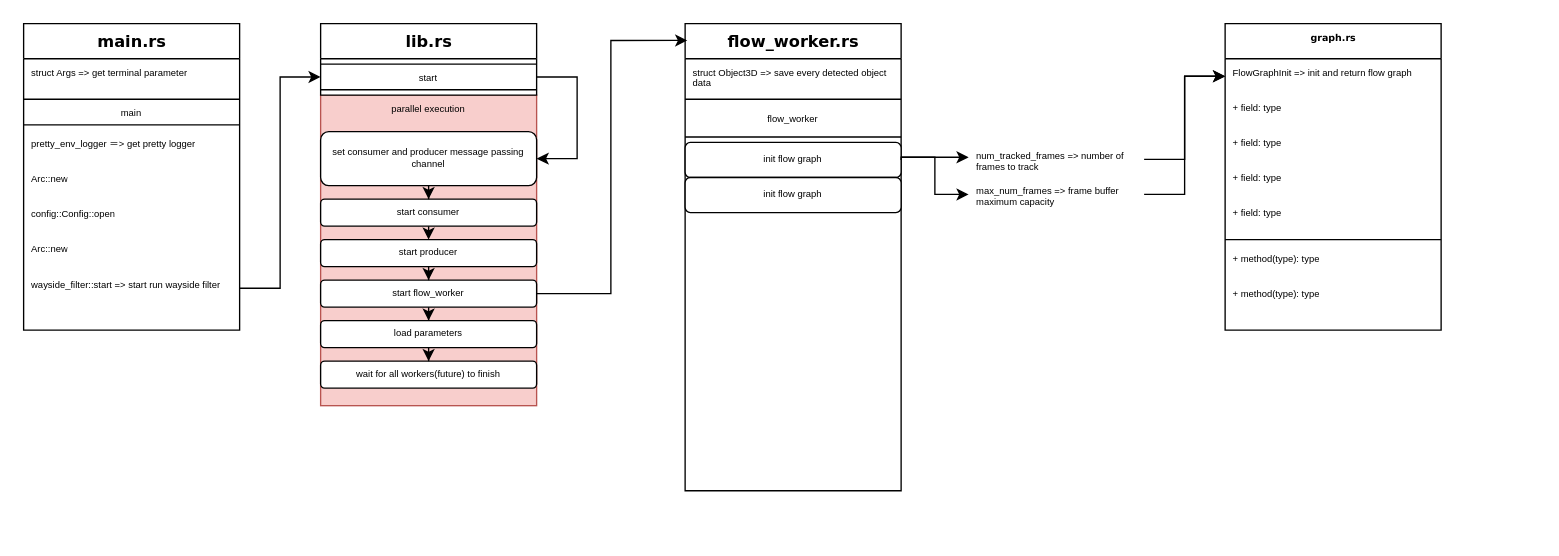
Before: wayside-filter.drawio in YueChuCheng/Wayside_draw, a draw.io diagram. Source tidied: cells renumbered, new cells numbered last; positions are measured from the earlier drawing's top-left corner, leaving out a move shared by most shapes. Both pictures are drawn from the tidied source at 135%, with x=0, y=0 at pixel (23, 23).
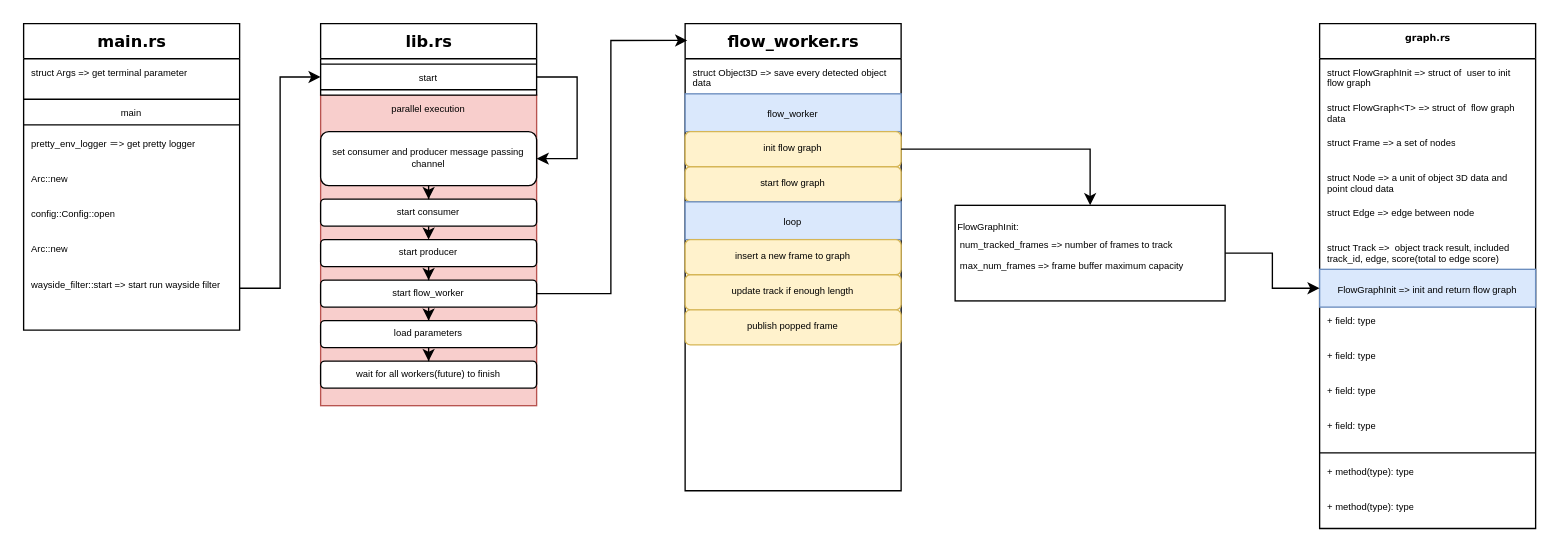
After the change.

Unchanged cells that the change refers to:
```xml
<mxCell id="27" value="&lt;font style=&quot;font-size: 12px&quot;&gt;flow_worker.rs&lt;/font&gt;" style="swimlane;html=1;fontStyle=1;align=center;verticalAlign=top;horizontal=1;startSize=26;swimlaneFillColor=#ffffff;rounded=0;shadow=0;comic=0;labelBackgroundColor=none;strokeWidth=1;fillColor=none;fontFamily=Verdana;fontSize=7;" parent="1" vertex="1">
  <mxGeometry x="490" width="160" height="346" as="geometry" />
</mxCell>
```

Diff of the diagram source:
```diff
@@
     <mxCell id="18" value="graph.rs&lt;br style=&quot;font-size: 7px;&quot;&gt;" style="swimlane;html=1;fontStyle=1;align=center;verticalAlign=top;horizontal=1;startSize=26;swimlaneFillColor=#ffffff;rounded=0;shadow=0;comic=0;labelBackgroundColor=none;strokeWidth=1;fillColor=none;fontFamily=Verdana;fontSize=7;" parent="1" vertex="1">
-      <mxGeometry x="890" width="160" height="227" as="geometry" />
+      <mxGeometry x="960" width="160" height="374" as="geometry" />
     </mxCell>
+    <mxCell id="53" value="struct FlowGraphInit =&amp;gt; struct of&amp;nbsp; user to init flow graph" style="text;html=1;strokeColor=none;fillColor=none;align=left;verticalAlign=top;spacingLeft=4;spacingRight=4;whiteSpace=wrap;overflow=hidden;fontSize=7;" parent="18" vertex="1">
+      <mxGeometry y="26" width="160" height="26" as="geometry" />
+    </mxCell>
+    <mxCell id="54" value="struct FlowGraph&amp;lt;T&amp;gt; =&amp;gt; struct of&amp;nbsp; flow graph data" style="text;html=1;strokeColor=none;fillColor=none;align=left;verticalAlign=top;spacingLeft=4;spacingRight=4;whiteSpace=wrap;overflow=hidden;fontSize=7;" parent="18" vertex="1">
+      <mxGeometry y="52" width="160" height="26" as="geometry" />
+    </mxCell>
+    <mxCell id="55" value="struct Frame =&amp;gt; a set of nodes" style="text;html=1;strokeColor=none;fillColor=none;align=left;verticalAlign=top;spacingLeft=4;spacingRight=4;whiteSpace=wrap;overflow=hidden;fontSize=7;" parent="18" vertex="1">
+      <mxGeometry y="78" width="160" height="26" as="geometry" />
+    </mxCell>
+    <mxCell id="56" value="struct Node =&amp;gt; a unit of object 3D data and point cloud data&amp;nbsp;" style="text;html=1;strokeColor=none;fillColor=none;align=left;verticalAlign=top;spacingLeft=4;spacingRight=4;whiteSpace=wrap;overflow=hidden;fontSize=7;" parent="18" vertex="1">
+      <mxGeometry y="104" width="160" height="26" as="geometry" />
+    </mxCell>
+    <mxCell id="57" value="struct Edge =&amp;gt; edge between node&lt;br&gt;" style="text;html=1;strokeColor=none;fillColor=none;align=left;verticalAlign=top;spacingLeft=4;spacingRight=4;whiteSpace=wrap;overflow=hidden;fontSize=7;" parent="18" vertex="1">
+      <mxGeometry y="130" width="160" height="26" as="geometry" />
+    </mxCell>
+    <mxCell id="58" value="struct Track =&amp;gt;&amp;nbsp; object track result, included track_id, edge, score(total to edge score)&lt;br&gt;&amp;nbsp;&amp;nbsp;" style="text;html=1;strokeColor=none;fillColor=none;align=left;verticalAlign=top;spacingLeft=4;spacingRight=4;whiteSpace=wrap;overflow=hidden;fontSize=7;" parent="18" vertex="1">
+      <mxGeometry y="156" width="160" height="26" as="geometry" />
+    </mxCell>
-    <mxCell id="19" value="FlowGraphInit =&amp;gt; init and return flow graph" style="text;html=1;strokeColor=none;fillColor=none;align=left;verticalAlign=top;spacingLeft=4;spacingRight=4;whiteSpace=wrap;overflow=hidden;points=[[0,0.5],[1,0.5]];portConstraint=eastwest;fontSize=7;" parent="18" vertex="1">
-      <mxGeometry y="26" width="160" height="26" as="geometry" />
+    <mxCell id="19" value="&lt;span style=&quot;font-size: 7px ; text-align: left&quot;&gt;FlowGraphInit =&amp;gt; init and return flow graph&lt;/span&gt;" style="rounded=0;whiteSpace=wrap;html=1;fillColor=#dae8fc;strokeColor=#6c8ebf;" parent="18" vertex="1">
+      <mxGeometry y="182" width="160" height="28" as="geometry" />
     </mxCell>
     <mxCell id="20" value="+ field: type" style="text;html=1;strokeColor=none;fillColor=none;align=left;verticalAlign=top;spacingLeft=4;spacingRight=4;whiteSpace=wrap;overflow=hidden;fontSize=7;" parent="18" vertex="1">
-      <mxGeometry y="52" width="160" height="26" as="geometry" />
+      <mxGeometry y="210" width="160" height="26" as="geometry" />
     </mxCell>
     <mxCell id="21" value="+ field: type" style="text;html=1;strokeColor=none;fillColor=none;align=left;verticalAlign=top;spacingLeft=4;spacingRight=4;whiteSpace=wrap;overflow=hidden;fontSize=7;" parent="18" vertex="1">
-      <mxGeometry y="78" width="160" height="26" as="geometry" />
+      <mxGeometry y="236" width="160" height="26" as="geometry" />
     </mxCell>
     <mxCell id="22" value="+ field: type" style="text;html=1;strokeColor=none;fillColor=none;align=left;verticalAlign=top;spacingLeft=4;spacingRight=4;whiteSpace=wrap;overflow=hidden;fontSize=7;" parent="18" vertex="1">
-      <mxGeometry y="104" width="160" height="26" as="geometry" />
+      <mxGeometry y="262" width="160" height="26" as="geometry" />
     </mxCell>
     <mxCell id="23" value="+ field: type" style="text;html=1;strokeColor=none;fillColor=none;align=left;verticalAlign=top;spacingLeft=4;spacingRight=4;whiteSpace=wrap;overflow=hidden;fontSize=7;" parent="18" vertex="1">
-      <mxGeometry y="130" width="160" height="26" as="geometry" />
+      <mxGeometry y="288" width="160" height="26" as="geometry" />
     </mxCell>
     <mxCell id="24" style="line;html=1;strokeWidth=1;fillColor=none;align=left;verticalAlign=middle;spacingTop=-1;spacingLeft=3;spacingRight=3;labelPosition=right;fontSize=7;" parent="18" vertex="1">
-      <mxGeometry y="156" width="160" height="8" as="geometry" />
+      <mxGeometry y="314" width="160" height="8" as="geometry" />
     </mxCell>
     <mxCell id="25" value="+ method(type): type" style="text;html=1;strokeColor=none;fillColor=none;align=left;verticalAlign=top;spacingLeft=4;spacingRight=4;whiteSpace=wrap;overflow=hidden;fontSize=7;" parent="18" vertex="1">
-      <mxGeometry y="164" width="160" height="26" as="geometry" />
+      <mxGeometry y="322" width="160" height="26" as="geometry" />
     </mxCell>
     <mxCell id="26" value="+ method(type): type" style="text;html=1;strokeColor=none;fillColor=none;align=left;verticalAlign=top;spacingLeft=4;spacingRight=4;whiteSpace=wrap;overflow=hidden;fontSize=7;" parent="18" vertex="1">
-      <mxGeometry y="190" width="160" height="26" as="geometry" />
+      <mxGeometry y="348" width="160" height="26" as="geometry" />
     </mxCell>
@@
-    <mxCell id="29" style="line;html=1;strokeWidth=1;fillColor=none;align=left;verticalAlign=middle;spacingTop=-1;spacingLeft=3;spacingRight=3;labelPosition=right;fontSize=7;" parent="27" vertex="1">
-      <mxGeometry y="52" width="160" height="8" as="geometry" />
-    </mxCell>
-    <mxCell id="30" value="&lt;span style=&quot;font-family: &amp;#34;helvetica&amp;#34;&quot;&gt;flow_worker&lt;/span&gt;" style="text;html=1;strokeColor=none;fillColor=none;align=center;verticalAlign=top;spacingLeft=4;spacingRight=4;whiteSpace=wrap;overflow=hidden;fontSize=7;" parent="27" vertex="1">
-      <mxGeometry y="60" width="160" height="20" as="geometry" />
+    <mxCell id="30" value="&lt;span style=&quot;font-family: &amp;#34;helvetica&amp;#34; ; font-size: 7px&quot;&gt;flow_worker&lt;/span&gt;" style="rounded=0;whiteSpace=wrap;html=1;fillColor=#dae8fc;strokeColor=#6c8ebf;" parent="27" vertex="1">
+      <mxGeometry y="52" width="160" height="28" as="geometry" />
     </mxCell>
-    <mxCell id="31" style="line;html=1;strokeWidth=1;fillColor=none;align=left;verticalAlign=middle;spacingTop=-1;spacingLeft=3;spacingRight=3;labelPosition=right;fontSize=7;" parent="27" vertex="1">
-      <mxGeometry y="80" width="160" height="8" as="geometry" />
-    </mxCell>
-    <mxCell id="32" value="init flow graph" style="rounded=1;whiteSpace=wrap;html=1;shadow=0;fontSize=7;align=center;verticalAlign=middle;" parent="27" vertex="1">
-      <mxGeometry y="88" width="160" height="26" as="geometry" />
+    <mxCell id="32" value="init flow graph" style="rounded=1;whiteSpace=wrap;html=1;shadow=0;fontSize=7;align=center;verticalAlign=middle;fillColor=#fff2cc;strokeColor=#d6b656;" parent="27" vertex="1">
+      <mxGeometry y="80" width="160" height="26" as="geometry" />
     </mxCell>
-    <mxCell id="33" value="init flow graph" style="rounded=1;whiteSpace=wrap;html=1;shadow=0;fontSize=7;align=center;verticalAlign=middle;" parent="27" vertex="1">
-      <mxGeometry y="114" width="160" height="26" as="geometry" />
+    <mxCell id="33" value="start flow graph" style="rounded=1;whiteSpace=wrap;html=1;shadow=0;fontSize=7;align=center;verticalAlign=middle;fillColor=#fff2cc;strokeColor=#d6b656;" parent="27" vertex="1">
+      <mxGeometry y="106" width="160" height="26" as="geometry" />
     </mxCell>
+    <mxCell id="59" value="&lt;font face=&quot;helvetica&quot;&gt;&lt;span style=&quot;font-size: 7px&quot;&gt;loop&lt;br&gt;&lt;/span&gt;&lt;/font&gt;" style="rounded=0;whiteSpace=wrap;html=1;fillColor=#dae8fc;strokeColor=#6c8ebf;" parent="27" vertex="1">
+      <mxGeometry y="132" width="160" height="28" as="geometry" />
+    </mxCell>
+    <mxCell id="60" value="insert a new frame to graph" style="rounded=1;whiteSpace=wrap;html=1;shadow=0;fontSize=7;align=center;verticalAlign=middle;fillColor=#fff2cc;strokeColor=#d6b656;" parent="27" vertex="1">
+      <mxGeometry y="160" width="160" height="26" as="geometry" />
+    </mxCell>
+    <mxCell id="61" value="update track if enough length" style="rounded=1;whiteSpace=wrap;html=1;shadow=0;fontSize=7;align=center;verticalAlign=middle;fillColor=#fff2cc;strokeColor=#d6b656;" parent="27" vertex="1">
+      <mxGeometry y="186" width="160" height="26" as="geometry" />
+    </mxCell>
+    <mxCell id="62" value="publish popped frame" style="rounded=1;whiteSpace=wrap;html=1;shadow=0;fontSize=7;align=center;verticalAlign=middle;fillColor=#fff2cc;strokeColor=#d6b656;" parent="27" vertex="1">
+      <mxGeometry y="212" width="160" height="26" as="geometry" />
+    </mxCell>
@@
-    <mxCell id="47" style="edgeStyle=orthogonalEdgeStyle;rounded=0;orthogonalLoop=1;jettySize=auto;html=1;" parent="1" edge="1">
-      <mxGeometry relative="1" as="geometry">
-        <mxPoint x="650" y="99" as="sourcePoint" />
-        <mxPoint x="700" y="99" as="targetPoint" />
-      </mxGeometry>
-    </mxCell>
-    <mxCell id="48" style="edgeStyle=orthogonalEdgeStyle;rounded=0;jettySize=auto;html=1;" parent="1" edge="1" source="49" target="19">
-      <mxGeometry relative="1" as="geometry" />
-    </mxCell>
-    <mxCell id="49" value="&lt;font face=&quot;helvetica&quot;&gt;num_tracked_frames =&amp;gt; number of frames to track&amp;nbsp;&lt;/font&gt;" style="text;html=1;strokeColor=none;fillColor=none;align=left;verticalAlign=top;spacingLeft=4;spacingRight=4;whiteSpace=wrap;overflow=hidden;points=[[0,0.5],[1,0.5]];portConstraint=eastwest;fontSize=7;" parent="1" vertex="1">
-      <mxGeometry x="700" y="87.5" width="130" height="26" as="geometry" />
-    </mxCell>
-    <mxCell id="50" style="edgeStyle=orthogonalEdgeStyle;rounded=0;jettySize=auto;html=1;entryX=0;entryY=0.5;entryDx=0;entryDy=0;exitX=1;exitY=0.5;exitDx=0;exitDy=0;" parent="1" edge="1" source="32" target="52">
-      <mxGeometry relative="1" as="geometry">
-        <Array as="points">
-          <mxPoint x="650" y="99" />
-          <mxPoint x="675" y="99" />
-          <mxPoint x="675" y="126" />
-        </Array>
-      </mxGeometry>
-    </mxCell>
-    <mxCell id="51" style="edgeStyle=orthogonalEdgeStyle;rounded=0;jettySize=auto;html=1;entryX=0;entryY=0.5;entryDx=0;entryDy=0;" parent="1" edge="1" source="52" target="19">
-      <mxGeometry relative="1" as="geometry" />
-    </mxCell>
-    <mxCell id="52" value="&lt;font face=&quot;helvetica&quot;&gt;max_num_frames =&amp;gt; frame buffer maximum capacity&lt;/font&gt;" style="text;html=1;strokeColor=none;fillColor=none;align=left;verticalAlign=top;spacingLeft=4;spacingRight=4;whiteSpace=wrap;overflow=hidden;points=[[0,0.5],[1,0.5]];portConstraint=eastwest;fontSize=7;" parent="1" vertex="1">
-      <mxGeometry x="700" y="113.5" width="130" height="26" as="geometry" />
-    </mxCell>
+    <mxCell id="63" style="edgeStyle=orthogonalEdgeStyle;rounded=0;jettySize=auto;html=1;exitX=1;exitY=0.5;exitDx=0;exitDy=0;entryX=0;entryY=0.5;entryDx=0;entryDy=0;" parent="1" edge="1" source="64" target="19">
+      <mxGeometry relative="1" as="geometry" />
+    </mxCell>
+    <mxCell id="64" value="&lt;font face=&quot;helvetica&quot;&gt;&lt;span style=&quot;font-size: 7px&quot;&gt;FlowGraphInit:&lt;/span&gt;&lt;/font&gt;&lt;br&gt;&lt;font face=&quot;helvetica&quot;&gt;&lt;span style=&quot;font-size: 7px&quot;&gt;&lt;span style=&quot;white-space: pre&quot;&gt; &lt;/span&gt;num_tracked_frames =&amp;gt; number of frames to track&amp;nbsp;&lt;/span&gt;&lt;/font&gt;&lt;br&gt;&lt;span style=&quot;font-family: &amp;#34;helvetica&amp;#34; ; font-size: 7px&quot;&gt;&lt;span style=&quot;white-space: pre&quot;&gt; &lt;/span&gt;max_num_frames =&amp;gt; frame buffer maximum capacity&lt;/span&gt;&lt;span style=&quot;font-family: &amp;#34;helvetica&amp;#34; ; font-size: 7px&quot;&gt;&lt;br&gt;&lt;/span&gt;" style="rounded=0;whiteSpace=wrap;html=1;align=left;verticalAlign=top;" parent="1" vertex="1">
+      <mxGeometry x="690" y="134.6" width="200" height="70.8" as="geometry" />
+    </mxCell>
+    <mxCell id="65" style="edgeStyle=orthogonalEdgeStyle;rounded=0;jettySize=auto;html=1;" parent="1" edge="1" source="32" target="64">
+      <mxGeometry relative="1" as="geometry" />
+    </mxCell>
```
